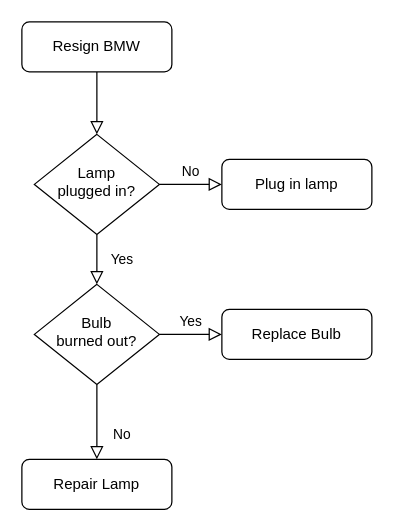
Before: ExitPlans.drawio in zipho/exit_plan, a draw.io diagram. Source tidied: cells renumbered, new cells numbered last; positions are measured from the earlier drawing's top-left corner, leaving out a move shared by most shapes. Both pictures are drawn from the tidied source at 125%, with x=0, y=0 at pixel (21, 21).
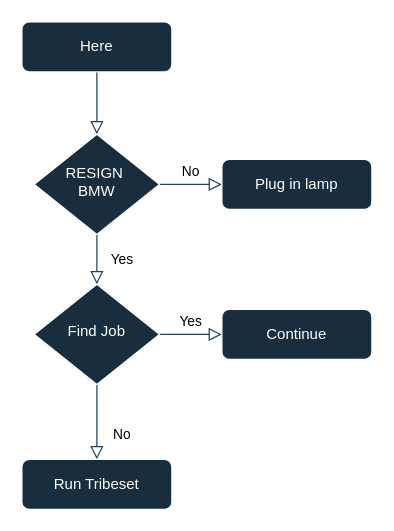
Above is the later version.

The edit, as a diff of the source:
```diff
@@
 <mxGraphModel>
   <root>
     <mxCell id="0" />
     <mxCell id="1" parent="0" />
-    <mxCell id="2" style="rounded=0;html=1;jettySize=auto;fontSize=11;endArrow=block;endFill=0;endSize=8;strokeWidth=1;shadow=0;labelBackgroundColor=none;edgeStyle=orthogonalEdgeStyle;" parent="1" edge="1" source="3" target="6">
+    <mxCell id="2" style="rounded=0;html=1;jettySize=auto;fontSize=11;endArrow=block;endFill=0;endSize=8;strokeWidth=1;shadow=0;labelBackgroundColor=none;edgeStyle=orthogonalEdgeStyle;strokeColor=#23445D;fontColor=default;" parent="1" edge="1" source="3" target="6">
       <mxGeometry relative="1" as="geometry" />
     </mxCell>
-    <mxCell id="3" value="Resign BMW" style="rounded=1;whiteSpace=wrap;html=1;fontSize=12;glass=0;strokeWidth=1;shadow=0;" parent="1" vertex="1">
+    <mxCell id="3" value="Here" style="rounded=1;whiteSpace=wrap;html=1;fontSize=12;glass=0;strokeWidth=1;shadow=0;labelBackgroundColor=none;fillColor=#182E3E;strokeColor=#FFFFFF;fontColor=#FFFFFF;" parent="1" vertex="1">
       <mxGeometry width="120" height="40" as="geometry" />
     </mxCell>
-    <mxCell id="4" value="Yes" style="rounded=0;html=1;jettySize=auto;fontSize=11;endArrow=block;endFill=0;endSize=8;strokeWidth=1;shadow=0;labelBackgroundColor=none;edgeStyle=orthogonalEdgeStyle;" parent="1" edge="1" source="6" target="10">
+    <mxCell id="4" value="Yes" style="rounded=0;html=1;jettySize=auto;fontSize=11;endArrow=block;endFill=0;endSize=8;strokeWidth=1;shadow=0;labelBackgroundColor=none;edgeStyle=orthogonalEdgeStyle;strokeColor=#23445D;fontColor=default;" parent="1" edge="1" source="6" target="10">
       <mxGeometry y="20" relative="1" as="geometry" />
     </mxCell>
-    <mxCell id="5" value="No" style="edgeStyle=orthogonalEdgeStyle;rounded=0;html=1;jettySize=auto;fontSize=11;endArrow=block;endFill=0;endSize=8;strokeWidth=1;shadow=0;labelBackgroundColor=none;" parent="1" edge="1" source="6" target="7">
+    <mxCell id="5" value="No" style="edgeStyle=orthogonalEdgeStyle;rounded=0;html=1;jettySize=auto;fontSize=11;endArrow=block;endFill=0;endSize=8;strokeWidth=1;shadow=0;labelBackgroundColor=none;strokeColor=#23445D;fontColor=default;" parent="1" edge="1" source="6" target="7">
       <mxGeometry y="10" relative="1" as="geometry" />
     </mxCell>
-    <mxCell id="6" value="Lamp&lt;br&gt;plugged in?" style="rhombus;whiteSpace=wrap;html=1;shadow=0;fontFamily=Helvetica;fontSize=12;align=center;strokeWidth=1;spacing=6;spacingTop=-4;" parent="1" vertex="1">
+    <mxCell id="6" value="RESIGN&amp;nbsp;&lt;br&gt;BMW" style="rhombus;whiteSpace=wrap;html=1;shadow=0;fontFamily=Helvetica;fontSize=12;align=center;strokeWidth=1;spacing=6;spacingTop=-4;labelBackgroundColor=none;fillColor=#182E3E;strokeColor=#FFFFFF;fontColor=#FFFFFF;" parent="1" vertex="1">
       <mxGeometry x="10" y="90" width="100" height="80" as="geometry" />
     </mxCell>
-    <mxCell id="7" value="Plug in lamp" style="rounded=1;whiteSpace=wrap;html=1;fontSize=12;glass=0;strokeWidth=1;shadow=0;" parent="1" vertex="1">
+    <mxCell id="7" value="Plug in lamp" style="rounded=1;whiteSpace=wrap;html=1;fontSize=12;glass=0;strokeWidth=1;shadow=0;labelBackgroundColor=none;fillColor=#182E3E;strokeColor=#FFFFFF;fontColor=#FFFFFF;" parent="1" vertex="1">
       <mxGeometry x="160" y="110" width="120" height="40" as="geometry" />
     </mxCell>
-    <mxCell id="8" value="No" style="rounded=0;html=1;jettySize=auto;fontSize=11;endArrow=block;endFill=0;endSize=8;strokeWidth=1;shadow=0;labelBackgroundColor=none;edgeStyle=orthogonalEdgeStyle;" parent="1" edge="1" source="10" target="11">
+    <mxCell id="8" value="No" style="rounded=0;html=1;jettySize=auto;fontSize=11;endArrow=block;endFill=0;endSize=8;strokeWidth=1;shadow=0;labelBackgroundColor=none;edgeStyle=orthogonalEdgeStyle;strokeColor=#23445D;fontColor=default;" parent="1" edge="1" source="10" target="11">
       <mxGeometry x="0.33" y="20" relative="1" as="geometry" />
     </mxCell>
-    <mxCell id="9" value="Yes" style="edgeStyle=orthogonalEdgeStyle;rounded=0;html=1;jettySize=auto;fontSize=11;endArrow=block;endFill=0;endSize=8;strokeWidth=1;shadow=0;labelBackgroundColor=none;" parent="1" edge="1" source="10" target="12">
+    <mxCell id="9" value="Yes" style="edgeStyle=orthogonalEdgeStyle;rounded=0;html=1;jettySize=auto;fontSize=11;endArrow=block;endFill=0;endSize=8;strokeWidth=1;shadow=0;labelBackgroundColor=none;strokeColor=#23445D;fontColor=default;" parent="1" edge="1" source="10" target="12">
       <mxGeometry y="10" relative="1" as="geometry" />
     </mxCell>
-    <mxCell id="10" value="Bulb&lt;br&gt;burned out?" style="rhombus;whiteSpace=wrap;html=1;shadow=0;fontFamily=Helvetica;fontSize=12;align=center;strokeWidth=1;spacing=6;spacingTop=-4;" parent="1" vertex="1">
+    <mxCell id="10" value="Find Job" style="rhombus;whiteSpace=wrap;html=1;shadow=0;fontFamily=Helvetica;fontSize=12;align=center;strokeWidth=1;spacing=6;spacingTop=-4;labelBackgroundColor=none;fillColor=#182E3E;strokeColor=#FFFFFF;fontColor=#FFFFFF;" parent="1" vertex="1">
       <mxGeometry x="10" y="210" width="100" height="80" as="geometry" />
     </mxCell>
-    <mxCell id="11" value="Repair Lamp" style="rounded=1;whiteSpace=wrap;html=1;fontSize=12;glass=0;strokeWidth=1;shadow=0;" parent="1" vertex="1">
+    <mxCell id="11" value="Run Tribeset" style="rounded=1;whiteSpace=wrap;html=1;fontSize=12;glass=0;strokeWidth=1;shadow=0;labelBackgroundColor=none;fillColor=#182E3E;strokeColor=#FFFFFF;fontColor=#FFFFFF;" parent="1" vertex="1">
       <mxGeometry y="350" width="120" height="40" as="geometry" />
     </mxCell>
-    <mxCell id="12" value="Replace Bulb" style="rounded=1;whiteSpace=wrap;html=1;fontSize=12;glass=0;strokeWidth=1;shadow=0;" parent="1" vertex="1">
+    <mxCell id="12" value="Continue" style="rounded=1;whiteSpace=wrap;html=1;fontSize=12;glass=0;strokeWidth=1;shadow=0;labelBackgroundColor=none;fillColor=#182E3E;strokeColor=#FFFFFF;fontColor=#FFFFFF;" parent="1" vertex="1">
       <mxGeometry x="160" y="230" width="120" height="40" as="geometry" />
     </mxCell>
   </root>
 </mxGraphModel>
```
